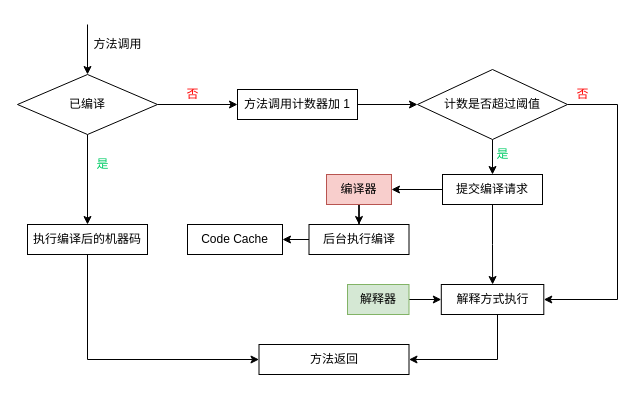
Above: JIT动态编译流程.drawio in Maokai0824/learn2Java (draw.io), before the change. Source tidied: cells renumbered, new cells numbered last; positions are measured from the earlier drawing's top-left corner, leaving out a move shared by most shapes. Both pictures are drawn from the tidied source at 100%, with x=0, y=0 at pixel (17, 24).
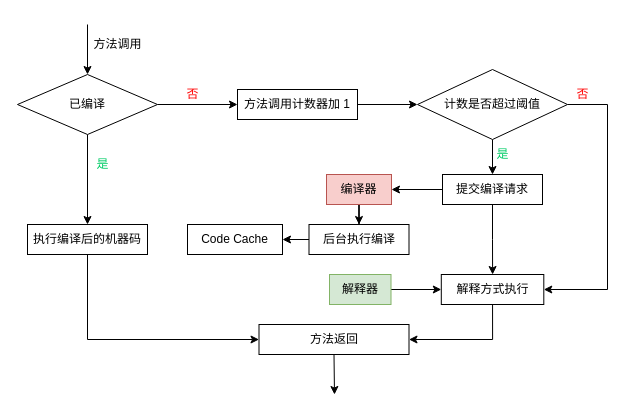
Above is the later version.

Commit message:
Update JIT动态编译流程.drawio

Unchanged cells that the change refers to:
```xml
<mxCell id="8" value="执行编译后的机器码" style="whiteSpace=wrap;html=1;" parent="1" vertex="1">
  <mxGeometry x="10" y="200" width="120" height="30" as="geometry" />
</mxCell>
<mxCell id="13" value="计数是否超过阈值" style="rhombus;whiteSpace=wrap;html=1;" parent="1" vertex="1">
  <mxGeometry x="400" y="45" width="150" height="70" as="geometry" />
</mxCell>
```

Change to the diagram source:
```diff
@@
     <mxCell id="7" style="edgeStyle=orthogonalEdgeStyle;rounded=0;jettySize=auto;html=1;" parent="1" edge="1" source="8" target="28">
       <mxGeometry relative="1" as="geometry">
         <Array as="points">
-          <mxPoint x="70" y="335" />
+          <mxPoint x="70" y="315" />
         </Array>
       </mxGeometry>
     </mxCell>
@@
     <mxCell id="12" style="edgeStyle=orthogonalEdgeStyle;rounded=0;jettySize=auto;html=1;entryX=1;entryY=0.5;entryDx=0;entryDy=0;" parent="1" edge="1" source="13" target="23">
       <mxGeometry relative="1" as="geometry">
         <Array as="points">
-          <mxPoint x="600" y="80" />
-          <mxPoint x="600" y="275" />
+          <mxPoint x="590" y="80" />
+          <mxPoint x="590" y="265" />
         </Array>
       </mxGeometry>
     </mxCell>
@@
-    <mxCell id="22" style="edgeStyle=orthogonalEdgeStyle;rounded=0;jettySize=auto;html=1;entryX=1;entryY=0.5;entryDx=0;entryDy=0;" parent="1" edge="1" source="23" target="28">
+    <mxCell id="22" style="edgeStyle=orthogonalEdgeStyle;rounded=0;jettySize=auto;html=1;entryX=1;entryY=0.5;entryDx=0;entryDy=0;exitX=0.5;exitY=1;exitDx=0;exitDy=0;" parent="1" edge="1" source="23" target="28">
       <mxGeometry relative="1" as="geometry">
         <Array as="points">
-          <mxPoint x="480" y="335" />
+          <mxPoint x="475" y="315" />
         </Array>
       </mxGeometry>
     </mxCell>
     <mxCell id="23" value="解释方式执行" style="whiteSpace=wrap;html=1;" parent="1" vertex="1">
-      <mxGeometry x="423.8" y="260" width="102.5" height="30" as="geometry" />
+      <mxGeometry x="423.8" y="250" width="102.5" height="30" as="geometry" />
     </mxCell>
@@
     <mxCell id="25" value="解释器" style="rounded=0;whiteSpace=wrap;html=1;fillColor=#d5e8d4;strokeColor=#82b366;" parent="1" vertex="1">
-      <mxGeometry x="330" y="260" width="61.5" height="30" as="geometry" />
+      <mxGeometry x="312" y="250" width="61.5" height="30" as="geometry" />
     </mxCell>
@@
     <mxCell id="28" value="方法返回" style="rounded=0;whiteSpace=wrap;html=1;" parent="1" vertex="1">
-      <mxGeometry x="241.5" y="320" width="150" height="30" as="geometry" />
+      <mxGeometry x="241.5" y="300" width="150" height="30" as="geometry" />
     </mxCell>
@@
+    <mxCell id="31" style="endArrow=classic;html=1;exitX=0.5;exitY=1;exitDx=0;exitDy=0;" parent="1" edge="1" source="28">
+      <mxGeometry relative="1" as="geometry">
+        <mxPoint x="317" y="370" as="targetPoint" />
+      </mxGeometry>
+    </mxCell>
```
